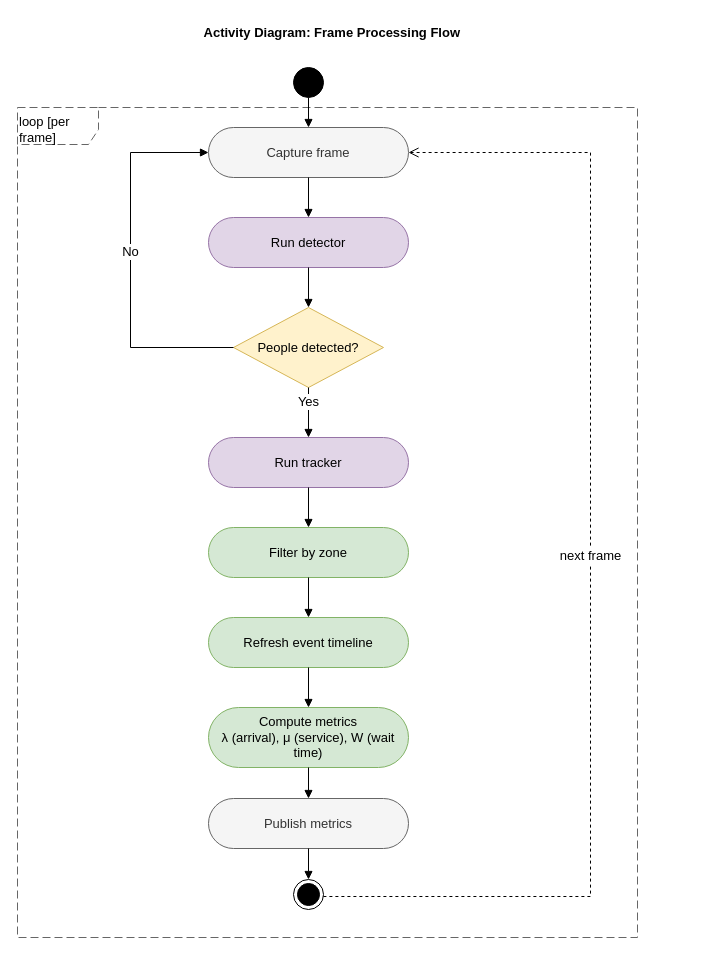
Above: report-latex/figures/drawio/chapter3_activity.drawio in Salmen-BA21/Queue-Wait-Time-Estimation (draw.io), before the change. Source tidied: cells renumbered, new cells numbered last; positions are measured from the earlier drawing's top-left corner, leaving out a move shared by most shapes. Both pictures are drawn from the tidied source at 100%, with x=0, y=0 at pixel (17, 17).
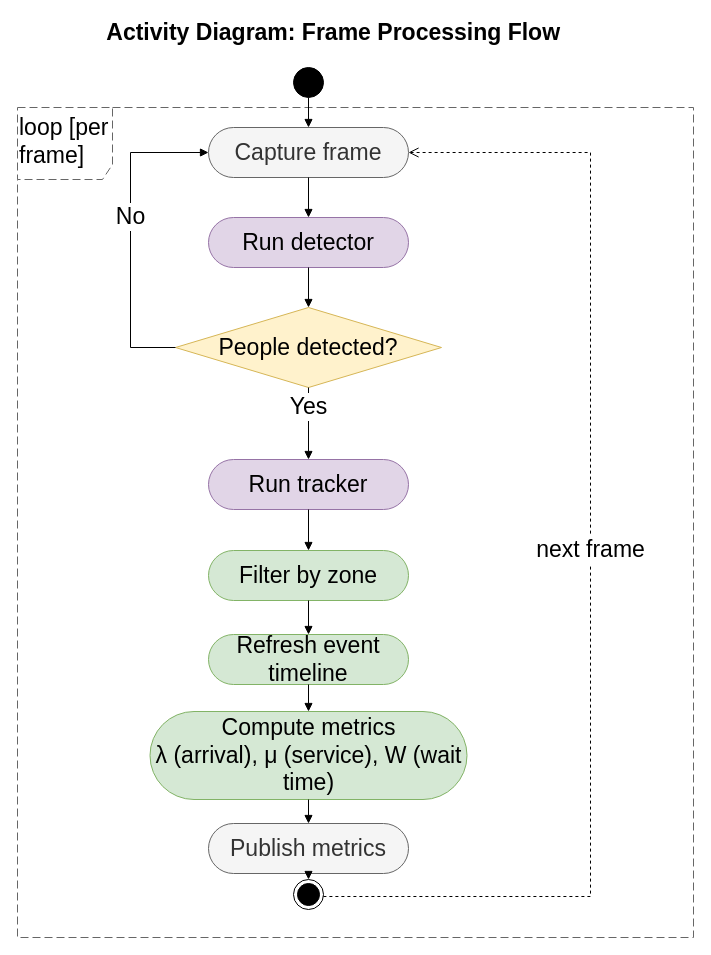
After the change.

What changed in the source:
```diff
@@
-    <mxCell id="2" value="loop [per frame]" style="shape=umlFrame;whiteSpace=wrap;html=1;fillColor=none;strokeColor=#666666;dashed=1;dashPattern=8 4;fontSize=13;verticalAlign=top;align=left;strokeWidth=1;width=81;height=37;" parent="1" vertex="1">
-      <mxGeometry y="90" width="620" height="830" as="geometry" />
+    <mxCell id="2" value="loop [per frame]" style="shape=umlFrame;whiteSpace=wrap;html=1;fillColor=none;strokeColor=#666666;dashed=1;dashPattern=8 4;fontSize=23;verticalAlign=top;align=left;strokeWidth=1;width=95;height=72;" parent="1" vertex="1">
+      <mxGeometry y="90" width="676" height="830" as="geometry" />
     </mxCell>
-    <mxCell id="3" value="&amp;nbsp;Activity Diagram: Frame Processing Flow" style="text;html=1;strokeColor=none;fillColor=none;align=center;verticalAlign=middle;whiteSpace=wrap;rounded=0;fontSize=13;fontStyle=1;strokeWidth=1;" parent="1" vertex="1">
+    <mxCell id="3" value="&amp;nbsp;Activity Diagram: Frame Processing Flow" style="text;html=1;strokeColor=none;fillColor=none;align=center;verticalAlign=middle;whiteSpace=wrap;rounded=0;fontSize=23;fontStyle=1;strokeWidth=1;" parent="1" vertex="1">
       <mxGeometry x="13" width="600" height="30" as="geometry" />
     </mxCell>
-    <mxCell id="4" style="ellipse;html=1;shape=doubleEllipse;whiteSpace=wrap;fillColor=#000000;strokeColor=#000000;strokeWidth=1;fontSize=13;" parent="1" vertex="1">
+    <mxCell id="4" style="ellipse;html=1;shape=doubleEllipse;whiteSpace=wrap;fillColor=#000000;strokeColor=#000000;strokeWidth=1;fontSize=23;" parent="1" vertex="1">
       <mxGeometry x="276" y="50" width="30" height="30" as="geometry" />
     </mxCell>
-    <mxCell id="5" value="Capture frame" style="rounded=1;whiteSpace=wrap;html=1;arcSize=50;fillColor=#f5f5f5;strokeColor=#666666;fontColor=#333333;strokeWidth=1;fontSize=13;" parent="1" vertex="1">
+    <mxCell id="5" value="Capture frame" style="rounded=1;whiteSpace=wrap;html=1;arcSize=50;fillColor=#f5f5f5;strokeColor=#666666;fontColor=#333333;strokeWidth=1;fontSize=23;" parent="1" vertex="1">
       <mxGeometry x="191" y="110" width="200" height="50" as="geometry" />
     </mxCell>
-    <mxCell id="6" value="Run detector" style="rounded=1;whiteSpace=wrap;html=1;arcSize=50;fillColor=#e1d5e7;strokeColor=#9673a6;strokeWidth=1;fontSize=13;" parent="1" vertex="1">
+    <mxCell id="6" value="Run detector" style="rounded=1;whiteSpace=wrap;html=1;arcSize=50;fillColor=#e1d5e7;strokeColor=#9673a6;strokeWidth=1;fontSize=23;" parent="1" vertex="1">
       <mxGeometry x="191" y="200" width="200" height="50" as="geometry" />
     </mxCell>
-    <mxCell id="7" value="People detected?" style="rhombus;whiteSpace=wrap;html=1;fillColor=#fff2cc;strokeColor=#d6b656;verticalAlign=middle;strokeWidth=1;fontSize=13;" parent="1" vertex="1">
-      <mxGeometry x="216" y="290" width="150" height="80" as="geometry" />
+    <mxCell id="7" value="People detected?" style="rhombus;whiteSpace=wrap;html=1;fillColor=#fff2cc;strokeColor=#d6b656;verticalAlign=middle;strokeWidth=1;fontSize=23;" parent="1" vertex="1">
+      <mxGeometry x="158" y="290" width="266" height="80" as="geometry" />
     </mxCell>
-    <mxCell id="8" value="Run tracker" style="rounded=1;whiteSpace=wrap;html=1;arcSize=50;fillColor=#e1d5e7;strokeColor=#9673a6;strokeWidth=1;fontSize=13;" parent="1" vertex="1">
-      <mxGeometry x="191" y="420" width="200" height="50" as="geometry" />
+    <mxCell id="8" value="Run tracker" style="rounded=1;whiteSpace=wrap;html=1;arcSize=50;fillColor=#e1d5e7;strokeColor=#9673a6;strokeWidth=1;fontSize=23;" parent="1" vertex="1">
+      <mxGeometry x="191" y="442" width="200" height="50" as="geometry" />
     </mxCell>
-    <mxCell id="9" value="Filter by zone" style="rounded=1;whiteSpace=wrap;html=1;arcSize=50;fillColor=#d5e8d4;strokeColor=#82b366;strokeWidth=1;fontSize=13;" parent="1" vertex="1">
-      <mxGeometry x="191" y="510" width="200" height="50" as="geometry" />
+    <mxCell id="9" value="Filter by zone" style="rounded=1;whiteSpace=wrap;html=1;arcSize=50;fillColor=#d5e8d4;strokeColor=#82b366;strokeWidth=1;fontSize=23;" parent="1" vertex="1">
+      <mxGeometry x="191" y="533" width="200" height="50" as="geometry" />
     </mxCell>
-    <mxCell id="10" value="&lt;div style=&quot;text-align: start;&quot;&gt;&lt;span&gt;&lt;font style=&quot;color: rgb(0, 0, 0);&quot; face=&quot;Helvetica&quot;&gt;Refresh event timeline&lt;/font&gt;&lt;/span&gt;&lt;/div&gt;" style="rounded=1;whiteSpace=wrap;html=1;arcSize=50;fillColor=#d5e8d4;strokeColor=#82b366;strokeWidth=1;fontSize=13;" parent="1" vertex="1">
-      <mxGeometry x="191" y="600" width="200" height="50" as="geometry" />
+    <mxCell id="10" value="&lt;div style=&quot;&quot;&gt;&lt;span&gt;&lt;font face=&quot;Helvetica&quot; style=&quot;color: rgb(0, 0, 0);&quot;&gt;Refresh event timeline&lt;/font&gt;&lt;/span&gt;&lt;/div&gt;" style="rounded=1;whiteSpace=wrap;html=1;arcSize=50;fillColor=#d5e8d4;strokeColor=#82b366;strokeWidth=1;fontSize=23;align=center;" parent="1" vertex="1">
+      <mxGeometry x="191" y="617" width="200" height="50" as="geometry" />
     </mxCell>
-    <mxCell id="11" value="Compute metrics&#10;λ (arrival), μ (service), W (wait time)" style="rounded=1;whiteSpace=wrap;html=1;arcSize=50;fillColor=#d5e8d4;strokeColor=#82b366;strokeWidth=1;fontSize=13;" parent="1" vertex="1">
-      <mxGeometry x="191" y="690" width="200" height="60" as="geometry" />
+    <mxCell id="11" value="Compute metrics&#10;λ (arrival), μ (service), W (wait time)" style="rounded=1;whiteSpace=wrap;html=1;arcSize=50;fillColor=#d5e8d4;strokeColor=#82b366;strokeWidth=1;fontSize=23;" parent="1" vertex="1">
+      <mxGeometry x="132.5" y="694" width="317" height="88" as="geometry" />
     </mxCell>
-    <mxCell id="12" value="Publish metrics" style="rounded=1;whiteSpace=wrap;html=1;arcSize=50;fillColor=#f5f5f5;strokeColor=#666666;fontColor=#333333;strokeWidth=1;fontSize=13;" parent="1" vertex="1">
-      <mxGeometry x="191" y="781" width="200" height="50" as="geometry" />
+    <mxCell id="12" value="Publish metrics" style="rounded=1;whiteSpace=wrap;html=1;arcSize=50;fillColor=#f5f5f5;strokeColor=#666666;fontColor=#333333;strokeWidth=1;fontSize=23;" parent="1" vertex="1">
+      <mxGeometry x="191" y="806" width="200" height="50" as="geometry" />
     </mxCell>
-    <mxCell id="13" style="html=1;verticalAlign=bottom;endArrow=block;endFill=1;rounded=0;strokeWidth=1;fontSize=13;" parent="1" edge="1" source="4" target="5">
+    <mxCell id="13" style="html=1;verticalAlign=bottom;endArrow=block;endFill=1;rounded=0;strokeWidth=1;fontSize=23;" parent="1" edge="1" source="4" target="5">
       <mxGeometry relative="1" as="geometry" />
     </mxCell>
-    <mxCell id="14" style="html=1;verticalAlign=bottom;endArrow=block;endFill=1;rounded=0;strokeWidth=1;fontSize=13;" parent="1" edge="1" source="5" target="6">
+    <mxCell id="14" style="html=1;verticalAlign=bottom;endArrow=block;endFill=1;rounded=0;strokeWidth=1;fontSize=23;" parent="1" edge="1" source="5" target="6">
       <mxGeometry relative="1" as="geometry" />
     </mxCell>
-    <mxCell id="15" style="html=1;verticalAlign=bottom;endArrow=block;endFill=1;rounded=0;strokeWidth=1;fontSize=13;" parent="1" edge="1" source="6" target="7">
+    <mxCell id="15" style="html=1;verticalAlign=bottom;endArrow=block;endFill=1;rounded=0;strokeWidth=1;fontSize=23;" parent="1" edge="1" source="6" target="7">
       <mxGeometry relative="1" as="geometry" />
     </mxCell>
-    <mxCell id="16" value="No" style="html=1;verticalAlign=bottom;endArrow=block;endFill=1;rounded=0;edgeStyle=orthogonalEdgeStyle;exitX=0;exitY=0.5;exitDx=0;exitDy=0;strokeWidth=1;fontSize=13;" parent="1" edge="1" source="7" target="5">
+    <mxCell id="16" value="No" style="html=1;verticalAlign=bottom;endArrow=block;endFill=1;rounded=0;edgeStyle=orthogonalEdgeStyle;exitX=0;exitY=0.5;exitDx=0;exitDy=0;strokeWidth=1;fontSize=23;" parent="1" edge="1" source="7" target="5">
       <mxGeometry relative="1" as="geometry">
         <Array as="points">
           <mxPoint x="113" y="330" />
           <mxPoint x="113" y="135" />
         </Array>
       </mxGeometry>
     </mxCell>
-    <mxCell id="17" value="Yes" style="html=1;verticalAlign=bottom;endArrow=block;endFill=1;rounded=0;strokeWidth=1;fontSize=13;" parent="1" edge="1" source="7" target="8">
+    <mxCell id="17" value="Yes" style="html=1;verticalAlign=bottom;endArrow=block;endFill=1;rounded=0;strokeWidth=1;fontSize=23;" parent="1" edge="1" source="7" target="8">
       <mxGeometry relative="1" as="geometry" />
     </mxCell>
-    <mxCell id="18" style="html=1;verticalAlign=bottom;endArrow=block;endFill=1;rounded=0;strokeWidth=1;fontSize=13;" parent="1" edge="1" source="8" target="9">
+    <mxCell id="18" style="html=1;verticalAlign=bottom;endArrow=block;endFill=1;rounded=0;strokeWidth=1;fontSize=23;" parent="1" edge="1" source="8" target="9">
       <mxGeometry relative="1" as="geometry" />
     </mxCell>
-    <mxCell id="19" style="html=1;verticalAlign=bottom;endArrow=block;endFill=1;rounded=0;strokeWidth=1;fontSize=13;" parent="1" edge="1" source="9" target="10">
+    <mxCell id="19" style="html=1;verticalAlign=bottom;endArrow=block;endFill=1;rounded=0;strokeWidth=1;fontSize=23;" parent="1" edge="1" source="9" target="10">
       <mxGeometry relative="1" as="geometry" />
     </mxCell>
-    <mxCell id="20" style="html=1;verticalAlign=bottom;endArrow=block;endFill=1;rounded=0;strokeWidth=1;fontSize=13;" parent="1" edge="1" source="10" target="11">
+    <mxCell id="20" style="html=1;verticalAlign=bottom;endArrow=block;endFill=1;rounded=0;strokeWidth=1;fontSize=23;" parent="1" edge="1" source="10" target="11">
       <mxGeometry relative="1" as="geometry" />
     </mxCell>
-    <mxCell id="21" style="html=1;verticalAlign=bottom;endArrow=block;endFill=1;rounded=0;strokeWidth=1;fontSize=13;" parent="1" edge="1" source="11" target="12">
+    <mxCell id="21" style="html=1;verticalAlign=bottom;endArrow=block;endFill=1;rounded=0;strokeWidth=1;fontSize=23;" parent="1" edge="1" source="11" target="12">
       <mxGeometry relative="1" as="geometry" />
     </mxCell>
-    <mxCell id="22" style="html=1;verticalAlign=bottom;endArrow=block;endFill=1;rounded=0;strokeWidth=1;fontSize=13;" parent="1" edge="1" source="12">
+    <mxCell id="22" style="html=1;verticalAlign=bottom;endArrow=block;endFill=1;rounded=0;strokeWidth=1;fontSize=23;" parent="1" edge="1" source="12">
       <mxGeometry relative="1" as="geometry">
         <mxPoint x="291" y="862" as="targetPoint" />
       </mxGeometry>
     </mxCell>
-    <mxCell id="23" value="next frame" style="html=1;verticalAlign=bottom;endArrow=open;dashed=1;endSize=8;rounded=0;edgeStyle=orthogonalEdgeStyle;strokeWidth=1;fontSize=13;" parent="1" edge="1" target="5">
+    <mxCell id="23" value="next frame" style="html=1;verticalAlign=bottom;endArrow=open;dashed=1;endSize=8;rounded=0;edgeStyle=orthogonalEdgeStyle;strokeWidth=1;fontSize=23;" parent="1" edge="1" target="5">
       <mxGeometry relative="1" as="geometry">
         <mxPoint x="305.9" y="879" as="sourcePoint" />
         <Array as="points">
           <mxPoint x="573" y="879" />
           <mxPoint x="573" y="135" />
         </Array>
       </mxGeometry>
     </mxCell>
-    <mxCell id="24" style="ellipse;html=1;shape=endState;fillColor=strokeColor;" parent="1" vertex="1">
+    <mxCell id="24" style="ellipse;html=1;shape=endState;fillColor=strokeColor;fontSize=23;" parent="1" vertex="1">
       <mxGeometry x="276" y="862" width="30" height="30" as="geometry" />
     </mxCell>
```
